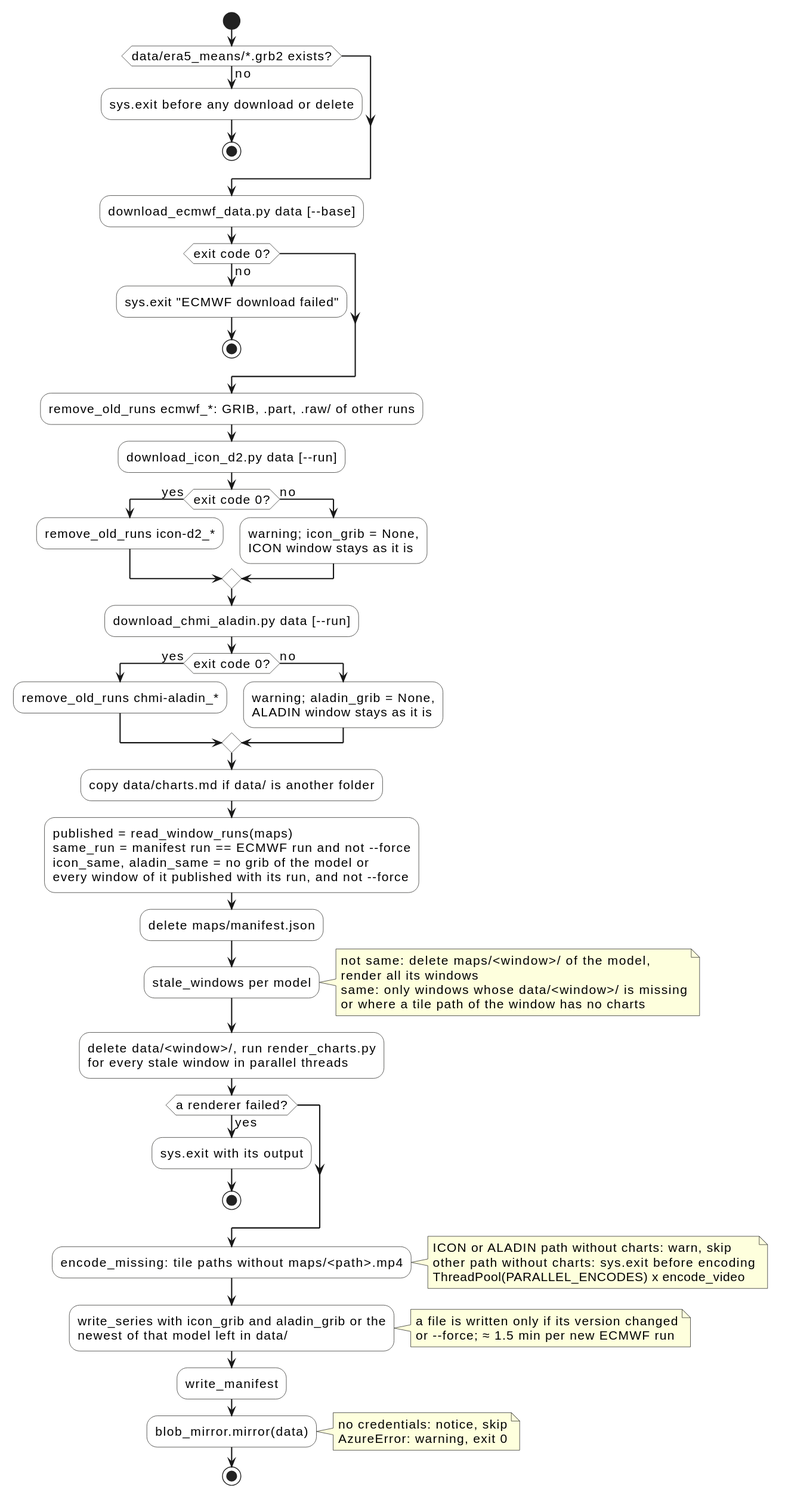
schletz/wetterkartenviewer keeps this PlantUML diagram as docs/update_maps.svg. Above is the earlier version.
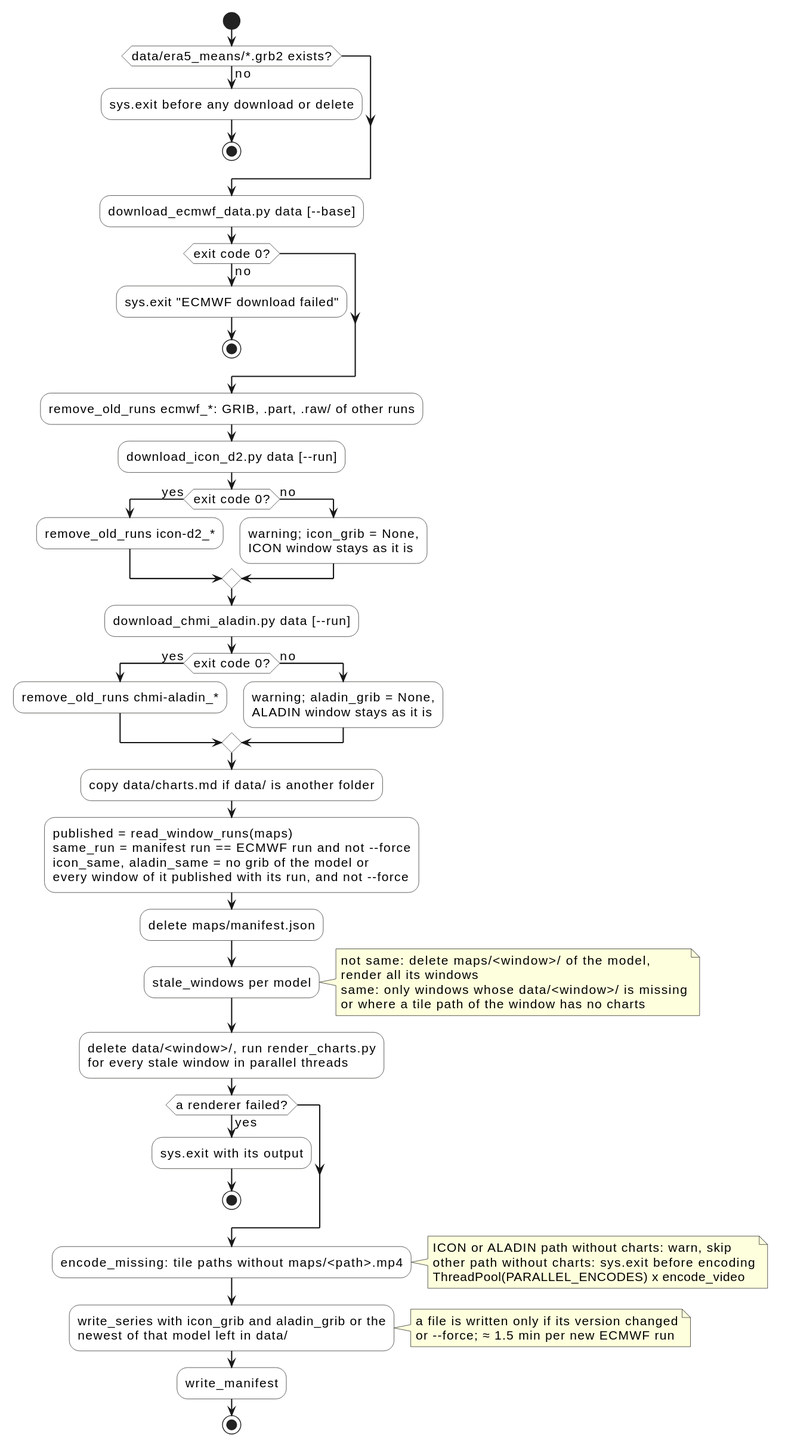
After the commit.

The edit, as a diff of the source:
```diff
@@ -98,10 +98,5 @@
  or --force; ≈ 1.5 min per new ECMWF run
 end note
 :write_manifest;
-:blob_mirror.mirror(data);
-note right
- no credentials: notice, skip
- AzureError: warning, exit 0
-end note
 stop
 @enduml
```
